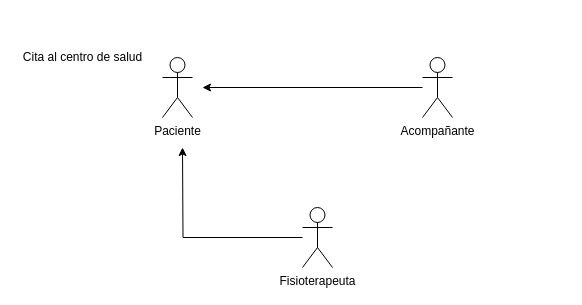
Before: Untitled Diagram.drawio in eleanorMarquez/Goniometro, a draw.io diagram. Source tidied: cells renumbered, new cells numbered last; positions are measured from the earlier drawing's top-left corner, leaving out a move shared by most shapes. Both pictures are drawn from the tidied source at 100%, with x=0, y=0 at pixel (17, 47).
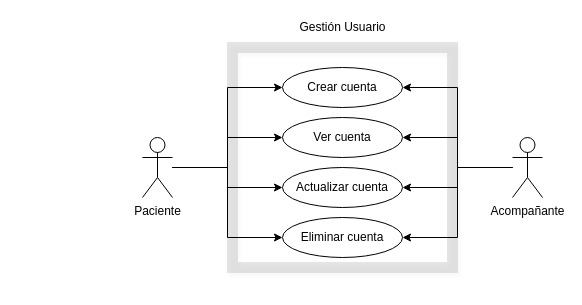
Above is the later version.

Change to the diagram source:
```diff
@@
 <mxGraphModel>
   <root>
     <mxCell id="0" />
     <mxCell id="1" parent="0" />
+    <mxCell id="8" style="edgeStyle=orthogonalEdgeStyle;rounded=0;jettySize=auto;html=1;entryX=0;entryY=0.5;entryDx=0;entryDy=0;shadow=0;sketch=0;" parent="1" edge="1" source="2" target="16">
+      <mxGeometry relative="1" as="geometry" />
+    </mxCell>
+    <mxCell id="9" style="edgeStyle=orthogonalEdgeStyle;rounded=0;sketch=0;jettySize=auto;html=1;entryX=0;entryY=0.5;entryDx=0;entryDy=0;shadow=0;" parent="1" edge="1" source="2" target="17">
+      <mxGeometry relative="1" as="geometry" />
+    </mxCell>
+    <mxCell id="10" style="edgeStyle=orthogonalEdgeStyle;rounded=0;sketch=0;jettySize=auto;html=1;entryX=0;entryY=0.5;entryDx=0;entryDy=0;shadow=0;" parent="1" edge="1" source="2" target="18">
+      <mxGeometry relative="1" as="geometry" />
+    </mxCell>
+    <mxCell id="11" style="edgeStyle=orthogonalEdgeStyle;rounded=0;sketch=0;jettySize=auto;html=1;entryX=0;entryY=0.5;entryDx=0;entryDy=0;shadow=0;" parent="1" edge="1" source="2" target="19">
+      <mxGeometry relative="1" as="geometry" />
+    </mxCell>
     <mxCell id="2" value="Paciente" style="shape=umlActor;verticalLabelPosition=bottom;verticalAlign=top;html=1;outlineConnect=0;" parent="1" vertex="1">
-      <mxGeometry x="145" y="10" width="30" height="60" as="geometry" />
+      <mxGeometry x="125" y="90" width="30" height="60" as="geometry" />
     </mxCell>
-    <mxCell id="3" style="edgeStyle=orthogonalEdgeStyle;rounded=0;jettySize=auto;html=1;" parent="1" edge="1" source="4">
-      <mxGeometry relative="1" as="geometry">
-        <mxPoint x="185" y="40" as="targetPoint" />
-      </mxGeometry>
-    </mxCell>
+    <mxCell id="12" style="edgeStyle=orthogonalEdgeStyle;rounded=0;sketch=0;jettySize=auto;html=1;entryX=1;entryY=0.5;entryDx=0;entryDy=0;shadow=0;" parent="1" edge="1" source="4" target="16">
+      <mxGeometry relative="1" as="geometry" />
+    </mxCell>
+    <mxCell id="13" style="edgeStyle=orthogonalEdgeStyle;rounded=0;sketch=0;jettySize=auto;html=1;shadow=0;" parent="1" edge="1" source="4" target="17">
+      <mxGeometry relative="1" as="geometry" />
+    </mxCell>
+    <mxCell id="14" style="edgeStyle=orthogonalEdgeStyle;rounded=0;sketch=0;jettySize=auto;html=1;entryX=1;entryY=0.5;entryDx=0;entryDy=0;shadow=0;" parent="1" edge="1" source="4" target="18">
+      <mxGeometry relative="1" as="geometry" />
+    </mxCell>
     <mxCell id="4" value="Acompañante" style="shape=umlActor;verticalLabelPosition=bottom;verticalAlign=top;html=1;outlineConnect=0;" parent="1" vertex="1">
-      <mxGeometry x="405" y="10" width="30" height="60" as="geometry" />
+      <mxGeometry x="495" y="90" width="30" height="60" as="geometry" />
     </mxCell>
-    <mxCell id="5" style="edgeStyle=orthogonalEdgeStyle;rounded=0;jettySize=auto;html=1;" parent="1" edge="1" source="6">
-      <mxGeometry relative="1" as="geometry">
-        <mxPoint x="165" y="100" as="targetPoint" />
-      </mxGeometry>
-    </mxCell>
-    <mxCell id="6" value="Fisioterapeuta" style="shape=umlActor;verticalLabelPosition=bottom;verticalAlign=top;html=1;outlineConnect=0;" parent="1" vertex="1">
-      <mxGeometry x="285" y="160" width="30" height="60" as="geometry" />
-    </mxCell>
-    <mxCell id="7" value="&lt;div&gt;Cita al centro de salud&lt;/div&gt;" style="text;html=1;align=center;verticalAlign=middle;strokeColor=none;" parent="1" vertex="1">
-      <mxGeometry width="130" height="20" as="geometry" />
+    <mxCell id="7" value="Gestión Usuario" style="text;html=1;align=center;verticalAlign=middle;strokeColor=none;" parent="1" vertex="1">
+      <mxGeometry x="275" y="-30" width="100" height="20" as="geometry" />
     </mxCell>
+    <mxCell id="15" style="whiteSpace=wrap;html=1;opacity=10;glass=0;shadow=1;strokeWidth=11;rounded=0;sketch=0;perimeterSpacing=50;gradientDirection=west;fillColor=none;" parent="1" vertex="1">
+      <mxGeometry x="215" width="220" height="220" as="geometry" />
+    </mxCell>
+    <mxCell id="16" value="Crear cuenta" style="ellipse;whiteSpace=wrap;html=1;" parent="1" vertex="1">
+      <mxGeometry x="265" y="20" width="120" height="40" as="geometry" />
+    </mxCell>
+    <mxCell id="17" value="Ver cuenta" style="ellipse;whiteSpace=wrap;html=1;" parent="1" vertex="1">
+      <mxGeometry x="265" y="70" width="120" height="40" as="geometry" />
+    </mxCell>
+    <mxCell id="18" value="Actualizar cuenta" style="ellipse;whiteSpace=wrap;html=1;" parent="1" vertex="1">
+      <mxGeometry x="265" y="120" width="120" height="40" as="geometry" />
+    </mxCell>
+    <mxCell id="19" value="Eliminar cuenta" style="ellipse;whiteSpace=wrap;html=1;" parent="1" vertex="1">
+      <mxGeometry x="265" y="170" width="120" height="40" as="geometry" />
+    </mxCell>
+    <mxCell id="20" style="edgeStyle=orthogonalEdgeStyle;rounded=0;sketch=0;jettySize=auto;html=1;entryX=1;entryY=0.5;entryDx=0;entryDy=0;shadow=0;" parent="1" edge="1" source="4" target="19">
+      <mxGeometry relative="1" as="geometry" />
+    </mxCell>
   </root>
 </mxGraphModel>
```
